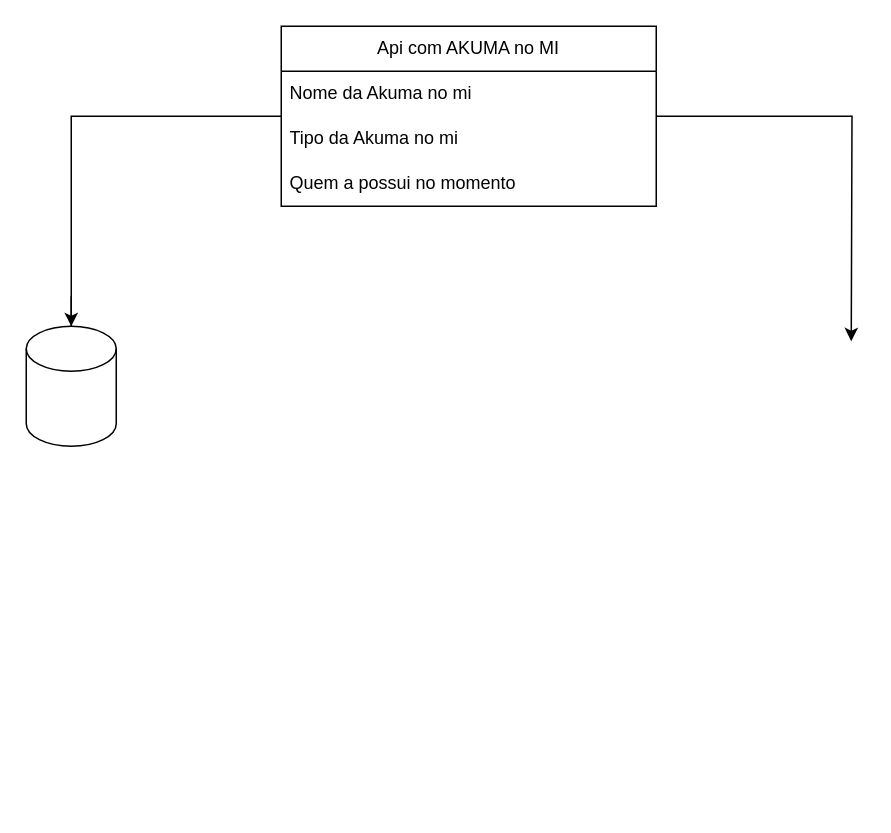
Earlier version of the draw.io diagram Diagrama sem nome.drawio (Vieiradiogo3/ProjectOP). Source tidied: cells renumbered, new cells numbered last; positions are measured from the earlier drawing's top-left corner, leaving out a move shared by most shapes. Both pictures are drawn from the tidied source at 150%, with x=0, y=0 at pixel (26, 26). Pictures stored in the file or linked from it are replaced by grey dashed boxes.
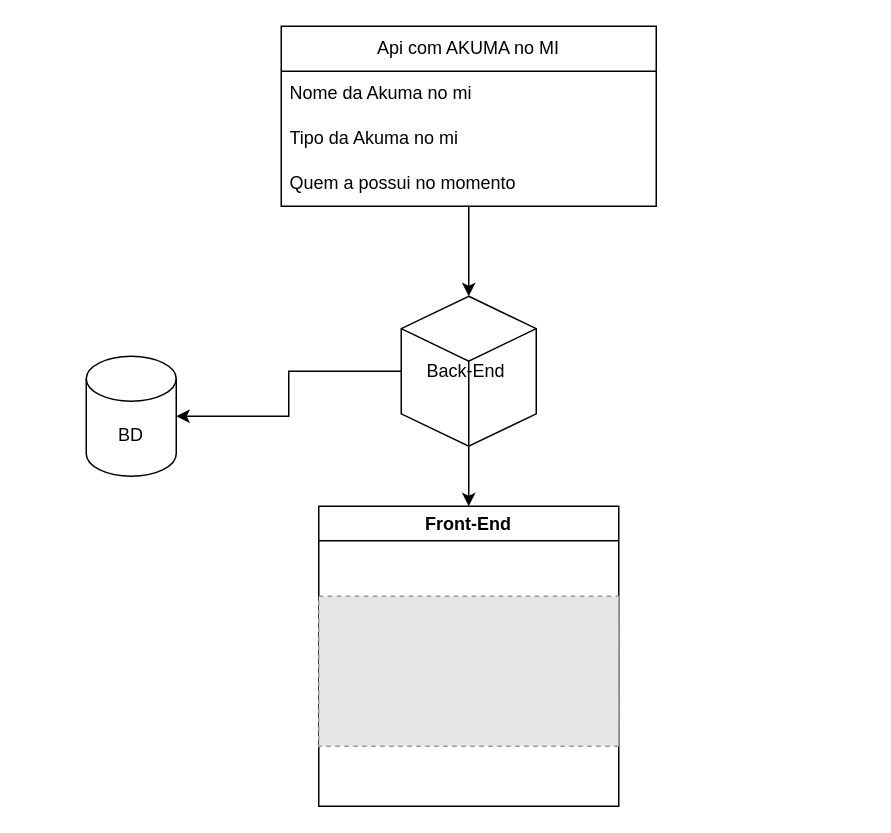
Above is the later version.

Diff of the diagram source:
```diff
@@
 <mxGraphModel>
   <root>
     <mxCell id="0" />
     <mxCell id="1" parent="0" />
-    <mxCell id="2" style="edgeStyle=orthogonalEdgeStyle;rounded=0;jettySize=auto;html=1;" parent="1" edge="1" source="9">
-      <mxGeometry relative="1" as="geometry">
-        <mxPoint x="30" y="220" as="targetPoint" />
-      </mxGeometry>
-    </mxCell>
-    <mxCell id="3" style="edgeStyle=orthogonalEdgeStyle;rounded=0;jettySize=auto;html=1;" parent="1" edge="1" source="4">
-      <mxGeometry relative="1" as="geometry">
-        <mxPoint x="550" y="210" as="targetPoint" />
-      </mxGeometry>
-    </mxCell>
     <mxCell id="4" value="Api com AKUMA no MI" style="swimlane;fontStyle=0;horizontal=1;startSize=30;whiteSpace=wrap;html=1;" parent="1" vertex="1">
       <mxGeometry x="170" width="250" height="120" as="geometry" />
     </mxCell>
     <mxCell id="5" value="Nome da Akuma no mi" style="text;strokeColor=none;fillColor=none;align=left;verticalAlign=middle;spacingLeft=4;spacingRight=4;overflow=hidden;whiteSpace=wrap;html=1;" parent="4" vertex="1">
       <mxGeometry y="30" width="250" height="30" as="geometry" />
     </mxCell>
     <mxCell id="6" value="Tipo da Akuma no mi" style="text;strokeColor=none;fillColor=none;align=left;verticalAlign=middle;spacingLeft=4;spacingRight=4;overflow=hidden;whiteSpace=wrap;html=1;" parent="4" vertex="1">
       <mxGeometry y="60" width="250" height="30" as="geometry" />
     </mxCell>
     <mxCell id="7" value="Quem a possui no momento" style="text;strokeColor=none;fillColor=none;align=left;verticalAlign=middle;spacingLeft=4;spacingRight=4;overflow=hidden;whiteSpace=wrap;html=1;" parent="4" vertex="1">
       <mxGeometry y="90" width="250" height="30" as="geometry" />
     </mxCell>
-    <mxCell id="8" style="edgeStyle=orthogonalEdgeStyle;rounded=0;jettySize=auto;html=1;" parent="1" edge="1" source="4" target="9">
-      <mxGeometry relative="1" as="geometry" />
-    </mxCell>
-    <mxCell id="9" style="shape=cylinder3;whiteSpace=wrap;html=1;boundedLbl=1;backgroundOutline=1;size=15;" parent="1" vertex="1">
-      <mxGeometry y="200" width="60" height="80" as="geometry" />
+    <mxCell id="9" value="BD" style="shape=cylinder3;whiteSpace=wrap;html=1;boundedLbl=1;backgroundOutline=1;size=15;" parent="1" vertex="1">
+      <mxGeometry x="40" y="220" width="60" height="80" as="geometry" />
     </mxCell>
+    <mxCell id="10" style="edgeStyle=orthogonalEdgeStyle;rounded=0;jettySize=auto;html=1;" parent="1" edge="1" source="4" target="12">
+      <mxGeometry relative="1" as="geometry" />
+    </mxCell>
+    <mxCell id="11" style="edgeStyle=orthogonalEdgeStyle;rounded=0;jettySize=auto;html=1;" parent="1" edge="1" source="12" target="9">
+      <mxGeometry relative="1" as="geometry" />
+    </mxCell>
+    <mxCell id="12" value="Back-End&amp;nbsp;" style="html=1;whiteSpace=wrap;shape=isoCube2;backgroundOutline=1;isoAngle=15;" parent="1" vertex="1">
+      <mxGeometry x="250" y="180" width="90" height="100" as="geometry" />
+    </mxCell>
+    <mxCell id="13" style="edgeStyle=orthogonalEdgeStyle;rounded=0;jettySize=auto;html=1;" parent="1" edge="1" source="12" target="14">
+      <mxGeometry relative="1" as="geometry" />
+    </mxCell>
+    <mxCell id="14" value="Front-End" style="swimlane;whiteSpace=wrap;html=1;" parent="1" vertex="1">
+      <mxGeometry x="195" y="320" width="200" height="200" as="geometry" />
+    </mxCell>
+    <mxCell id="15" style="fillColor=#E6E6E6;strokeColor=#999999;dashed=1;verticalLabelPosition=bottom;labelBackgroundColor=default;verticalAlign=top;" parent="14" vertex="1">
+      <mxGeometry y="60" width="200" height="100" as="geometry" />
+    </mxCell>
   </root>
 </mxGraphModel>
```
